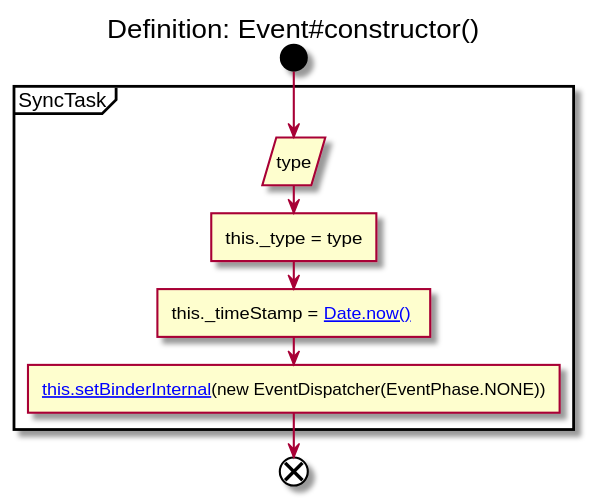
Above: _uml/svg/EventTargetAPI/Definition_Event.constructor.svg in imazzine/imazzine.github.io (PlantUML), before the change.
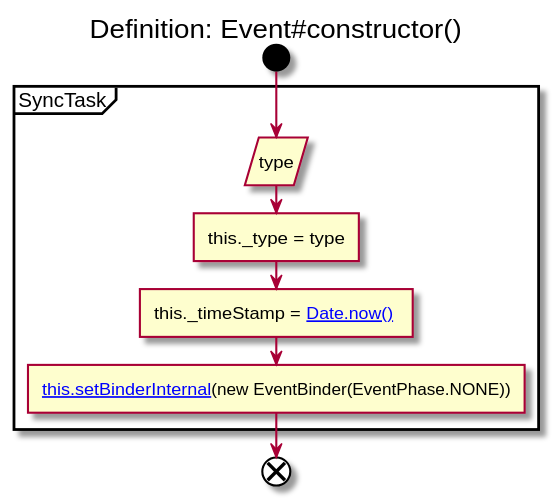
The same file after the commit.

Change to the diagram source:
```diff
@@ -6,7 +6,7 @@
             :type/
             :this._type = type]
             :this._timeStamp = [[https://developer.mozilla.org/en-US/docs/Web/JavaScript/Reference/Global_Objects/Date/now Date.now()]] ]
-            :[[./Definition_Event.setBinderInternal.svg this.setBinderInternal]](new EventDispatcher(EventPhase.NONE))]
+            :[[./Definition_Event.setBinderInternal.svg this.setBinderInternal]](new EventBinder(EventPhase.NONE))]
         }
     end
 @enduml
```
